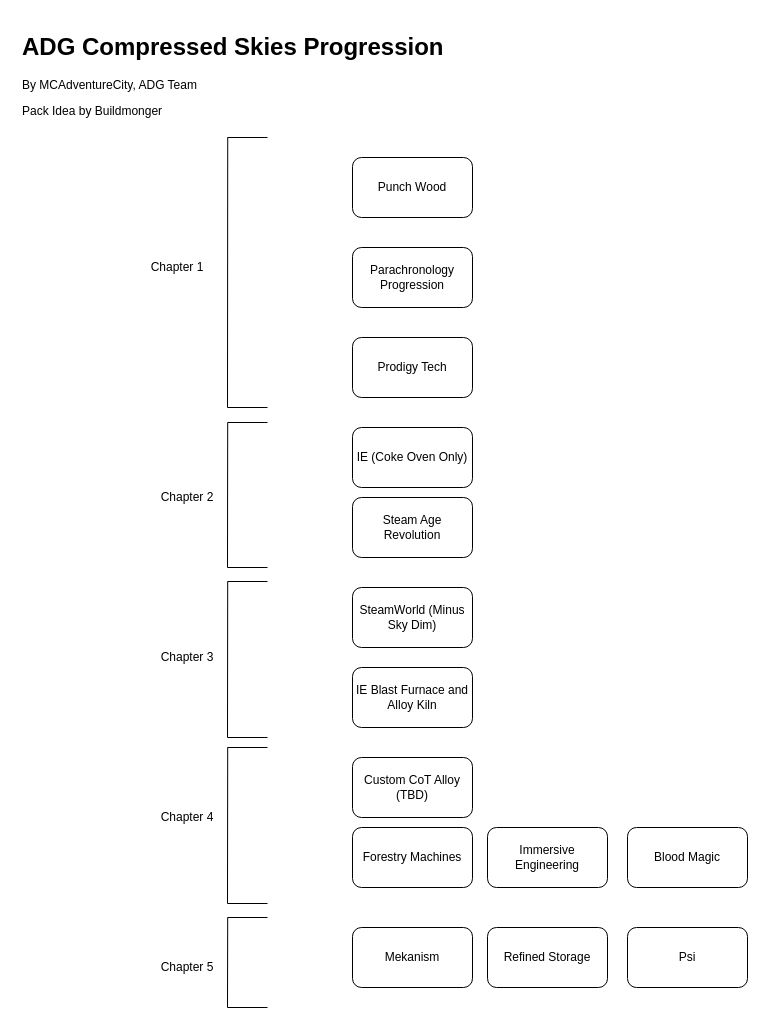
The draw.io diagram CompSkies.drawio in asylumdevgroup/Compressed-Skies, before the edit. Source tidied: cells renumbered, new cells numbered last; positions are measured from the earlier drawing's top-left corner, leaving out a move shared by most shapes. Both pictures are drawn from the tidied source at 100%, with x=0, y=0 at pixel (17, 27).
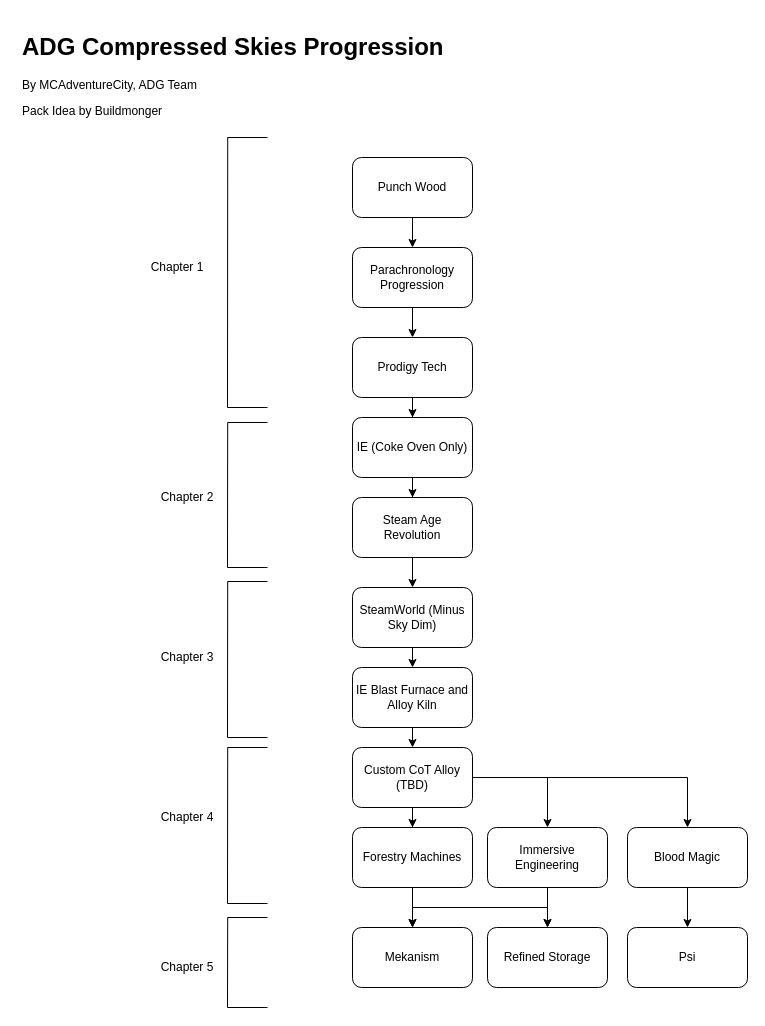
The same diagram, later.

Unchanged cells that the change refers to:
```xml
<mxCell id="3" value="Punch Wood" style="rounded=1;whiteSpace=wrap;html=1;" parent="1" vertex="1">
  <mxGeometry x="335" y="130" width="120" height="60" as="geometry" />
</mxCell>
<mxCell id="4" value="Parachronology Progression" style="rounded=1;whiteSpace=wrap;html=1;" parent="1" vertex="1">
  <mxGeometry x="335" y="220" width="120" height="60" as="geometry" />
</mxCell>
<mxCell id="5" value="Prodigy Tech" style="rounded=1;whiteSpace=wrap;html=1;" parent="1" vertex="1">
  <mxGeometry x="335" y="310" width="120" height="60" as="geometry" />
</mxCell>
<mxCell id="11" value="Steam Age Revolution" style="rounded=1;whiteSpace=wrap;html=1;" parent="1" vertex="1">
  <mxGeometry x="335" y="470" width="120" height="60" as="geometry" />
</mxCell>
<mxCell id="12" value="SteamWorld (Minus Sky Dim)" style="rounded=1;whiteSpace=wrap;html=1;" parent="1" vertex="1">
  <mxGeometry x="335" y="560" width="120" height="60" as="geometry" />
</mxCell>
<mxCell id="13" value="IE Blast Furnace and Alloy Kiln" style="rounded=1;whiteSpace=wrap;html=1;" parent="1" vertex="1">
  <mxGeometry x="335" y="640" width="120" height="60" as="geometry" />
</mxCell>
<mxCell id="15" value="Forestry Machines" style="rounded=1;whiteSpace=wrap;html=1;" parent="1" vertex="1">
  <mxGeometry x="335" y="800" width="120" height="60" as="geometry" />
</mxCell>
<mxCell id="16" value="Immersive Engineering" style="rounded=1;whiteSpace=wrap;html=1;" parent="1" vertex="1">
  <mxGeometry x="470" y="800" width="120" height="60" as="geometry" />
</mxCell>
<mxCell id="17" value="Mekanism" style="rounded=1;whiteSpace=wrap;html=1;" parent="1" vertex="1">
  <mxGeometry x="335" y="900" width="120" height="60" as="geometry" />
</mxCell>
<mxCell id="18" value="Refined Storage" style="rounded=1;whiteSpace=wrap;html=1;" parent="1" vertex="1">
  <mxGeometry x="470" y="900" width="120" height="60" as="geometry" />
</mxCell>
<mxCell id="19" value="Blood Magic" style="rounded=1;whiteSpace=wrap;html=1;" parent="1" vertex="1">
  <mxGeometry x="610" y="800" width="120" height="60" as="geometry" />
</mxCell>
<mxCell id="20" value="Psi" style="rounded=1;whiteSpace=wrap;html=1;" parent="1" vertex="1">
  <mxGeometry x="610" y="900" width="120" height="60" as="geometry" />
</mxCell>
```

What changed in the source:
```diff
@@
+    <mxCell id="37" style="edgeStyle=orthogonalEdgeStyle;rounded=0;jettySize=auto;html=1;" parent="1" edge="1" source="3" target="4">
+      <mxGeometry relative="1" as="geometry" />
+    </mxCell>
@@
+    <mxCell id="38" style="edgeStyle=orthogonalEdgeStyle;rounded=0;jettySize=auto;html=1;entryX=0.5;entryY=0;entryDx=0;entryDy=0;" parent="1" edge="1" source="4" target="5">
+      <mxGeometry relative="1" as="geometry" />
+    </mxCell>
@@
+    <mxCell id="39" style="edgeStyle=orthogonalEdgeStyle;rounded=0;jettySize=auto;html=1;entryX=0.5;entryY=0;entryDx=0;entryDy=0;" parent="1" edge="1" source="5" target="6">
+      <mxGeometry relative="1" as="geometry" />
+    </mxCell>
@@
+    <mxCell id="40" style="edgeStyle=orthogonalEdgeStyle;rounded=0;jettySize=auto;html=1;exitX=0.5;exitY=1;exitDx=0;exitDy=0;" parent="1" edge="1" source="6" target="11">
+      <mxGeometry relative="1" as="geometry" />
+    </mxCell>
     <mxCell id="6" value="IE (Coke Oven Only)" style="rounded=1;whiteSpace=wrap;html=1;" parent="1" vertex="1">
-      <mxGeometry x="335" y="400" width="120" height="60" as="geometry" />
+      <mxGeometry x="335" y="390" width="120" height="60" as="geometry" />
     </mxCell>
@@
+    <mxCell id="41" style="edgeStyle=orthogonalEdgeStyle;rounded=0;jettySize=auto;html=1;exitX=0.5;exitY=1;exitDx=0;exitDy=0;entryX=0.5;entryY=0;entryDx=0;entryDy=0;" parent="1" edge="1" source="11" target="12">
+      <mxGeometry relative="1" as="geometry" />
+    </mxCell>
@@
+    <mxCell id="42" style="edgeStyle=orthogonalEdgeStyle;rounded=0;jettySize=auto;html=1;exitX=0.5;exitY=1;exitDx=0;exitDy=0;entryX=0.5;entryY=0;entryDx=0;entryDy=0;" parent="1" edge="1" source="12" target="13">
+      <mxGeometry relative="1" as="geometry" />
+    </mxCell>
@@
+    <mxCell id="43" style="edgeStyle=orthogonalEdgeStyle;rounded=0;jettySize=auto;html=1;exitX=0.5;exitY=1;exitDx=0;exitDy=0;entryX=0.5;entryY=0;entryDx=0;entryDy=0;" parent="1" edge="1" source="13" target="14">
+      <mxGeometry relative="1" as="geometry" />
+    </mxCell>
@@
+    <mxCell id="44" style="edgeStyle=orthogonalEdgeStyle;rounded=0;jettySize=auto;html=1;exitX=0.5;exitY=1;exitDx=0;exitDy=0;" parent="1" edge="1" source="14" target="15">
+      <mxGeometry relative="1" as="geometry" />
+    </mxCell>
+    <mxCell id="45" style="edgeStyle=orthogonalEdgeStyle;rounded=0;jettySize=auto;html=1;exitX=1;exitY=0.5;exitDx=0;exitDy=0;entryX=0.5;entryY=0;entryDx=0;entryDy=0;" parent="1" edge="1" source="14" target="16">
+      <mxGeometry relative="1" as="geometry" />
+    </mxCell>
+    <mxCell id="46" style="edgeStyle=orthogonalEdgeStyle;rounded=0;jettySize=auto;html=1;exitX=1;exitY=0.5;exitDx=0;exitDy=0;entryX=0.5;entryY=0;entryDx=0;entryDy=0;" parent="1" edge="1" source="14" target="19">
+      <mxGeometry relative="1" as="geometry" />
+    </mxCell>
     <mxCell id="14" value="Custom CoT Alloy (TBD)" style="rounded=1;whiteSpace=wrap;html=1;" parent="1" vertex="1">
-      <mxGeometry x="335" y="730" width="120" height="60" as="geometry" />
+      <mxGeometry x="335" y="720" width="120" height="60" as="geometry" />
     </mxCell>
+    <mxCell id="47" style="edgeStyle=orthogonalEdgeStyle;rounded=0;jettySize=auto;html=1;entryX=0.5;entryY=0;entryDx=0;entryDy=0;" parent="1" edge="1" source="15" target="17">
+      <mxGeometry relative="1" as="geometry" />
+    </mxCell>
+    <mxCell id="48" style="edgeStyle=orthogonalEdgeStyle;rounded=0;jettySize=auto;html=1;exitX=0.5;exitY=1;exitDx=0;exitDy=0;entryX=0.5;entryY=0;entryDx=0;entryDy=0;" parent="1" edge="1" source="15" target="18">
+      <mxGeometry relative="1" as="geometry" />
+    </mxCell>
@@
+    <mxCell id="49" style="edgeStyle=orthogonalEdgeStyle;rounded=0;jettySize=auto;html=1;entryX=0.5;entryY=0;entryDx=0;entryDy=0;" parent="1" edge="1" source="16" target="18">
+      <mxGeometry relative="1" as="geometry" />
+    </mxCell>
+    <mxCell id="50" style="edgeStyle=orthogonalEdgeStyle;rounded=0;jettySize=auto;html=1;exitX=0.5;exitY=1;exitDx=0;exitDy=0;entryX=0.5;entryY=0;entryDx=0;entryDy=0;" parent="1" edge="1" source="16" target="17">
+      <mxGeometry relative="1" as="geometry" />
+    </mxCell>
@@
+    <mxCell id="51" style="edgeStyle=orthogonalEdgeStyle;rounded=0;jettySize=auto;html=1;exitX=0.5;exitY=1;exitDx=0;exitDy=0;entryX=0.5;entryY=0;entryDx=0;entryDy=0;" parent="1" edge="1" source="19" target="20">
+      <mxGeometry relative="1" as="geometry" />
+    </mxCell>
```
